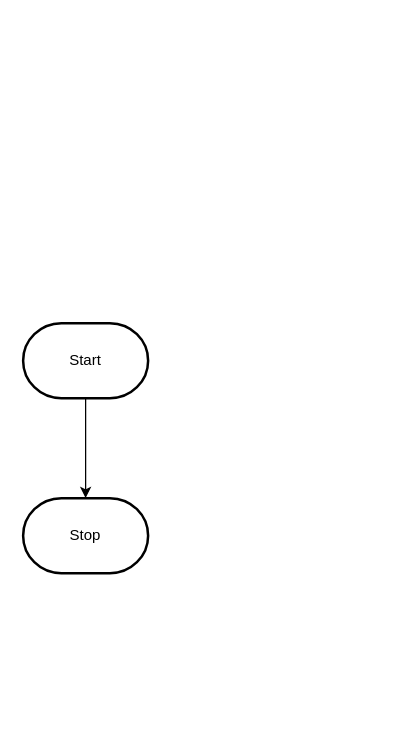
Earlier version of the draw.io diagram design/flowchart.drawio (MTHS-ICD2O-1-2023/ICD2O-Unit-3-04-tymofii-stepanov). Source tidied: cells renumbered, new cells numbered last; positions are measured from the earlier drawing's top-left corner, leaving out a move shared by most shapes. Both pictures are drawn from the tidied source at 125%, with x=0, y=0 at pixel (22, 322).
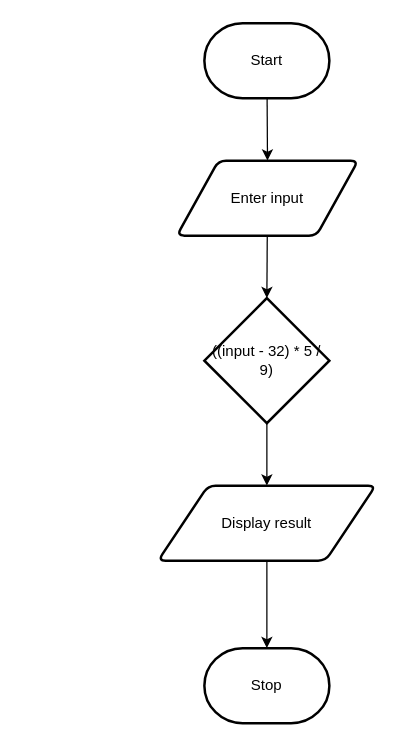
The same diagram, later.

Change to the diagram source:
```diff
@@
 <mxGraphModel>
   <root>
     <mxCell id="0" />
     <mxCell id="1" parent="0" />
-    <mxCell id="2" style="edgeStyle=orthogonalEdgeStyle;html=1;rounded=0;" parent="1" edge="1" source="3" target="4">
-      <mxGeometry relative="1" as="geometry" />
-    </mxCell>
+    <mxCell id="5" style="edgeStyle=none;html=1;entryX=0.5;entryY=0;entryDx=0;entryDy=0;" parent="1" edge="1" source="3" target="2">
+      <mxGeometry relative="1" as="geometry" />
+    </mxCell>
     <mxCell id="3" value="Start" style="strokeWidth=2;html=1;shape=mxgraph.flowchart.terminator;whiteSpace=wrap;" parent="1" vertex="1">
-      <mxGeometry width="100" height="60" as="geometry" />
+      <mxGeometry x="145" y="-240" width="100" height="60" as="geometry" />
     </mxCell>
     <mxCell id="4" value="Stop" style="strokeWidth=2;html=1;shape=mxgraph.flowchart.terminator;whiteSpace=wrap;" parent="1" vertex="1">
-      <mxGeometry y="140" width="100" height="60" as="geometry" />
+      <mxGeometry x="145" y="260" width="100" height="60" as="geometry" />
     </mxCell>
+    <mxCell id="6" style="edgeStyle=none;html=1;entryX=0.5;entryY=0;entryDx=0;entryDy=0;entryPerimeter=0;" parent="1" edge="1" source="2" target="8">
+      <mxGeometry relative="1" as="geometry" />
+    </mxCell>
+    <mxCell id="2" value="Enter input" style="shape=parallelogram;html=1;strokeWidth=2;perimeter=parallelogramPerimeter;whiteSpace=wrap;rounded=1;arcSize=12;size=0.23;" parent="1" vertex="1">
+      <mxGeometry x="123" y="-130" width="145" height="60" as="geometry" />
+    </mxCell>
+    <mxCell id="7" style="edgeStyle=none;html=1;entryX=0.5;entryY=0;entryDx=0;entryDy=0;" parent="1" edge="1" source="8" target="10">
+      <mxGeometry relative="1" as="geometry" />
+    </mxCell>
+    <mxCell id="8" value="((input - 32) * 5 / 9)" style="strokeWidth=2;html=1;shape=mxgraph.flowchart.decision;whiteSpace=wrap;" parent="1" vertex="1">
+      <mxGeometry x="145" y="-20" width="100" height="100" as="geometry" />
+    </mxCell>
+    <mxCell id="9" style="edgeStyle=none;html=1;entryX=0.5;entryY=0;entryDx=0;entryDy=0;entryPerimeter=0;" parent="1" edge="1" source="10" target="4">
+      <mxGeometry relative="1" as="geometry" />
+    </mxCell>
+    <mxCell id="10" value="Display result" style="shape=parallelogram;html=1;strokeWidth=2;perimeter=parallelogramPerimeter;whiteSpace=wrap;rounded=1;arcSize=12;size=0.23;" parent="1" vertex="1">
+      <mxGeometry x="108" y="130" width="174" height="60" as="geometry" />
+    </mxCell>
   </root>
 </mxGraphModel>
```
